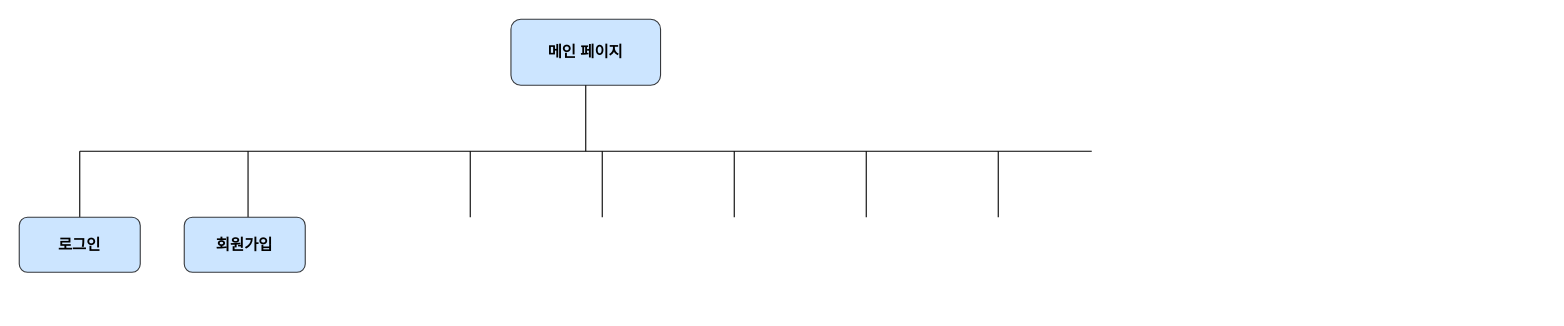
The draw.io diagram Flowchart.drawio in wjdwodhs/Flowchart, before the edit. Source tidied: cells renumbered, new cells numbered last; positions are measured from the earlier drawing's top-left corner, leaving out a move shared by most shapes. Both pictures are drawn from the tidied source at 110%, with x=0, y=0 at pixel (19, 19).
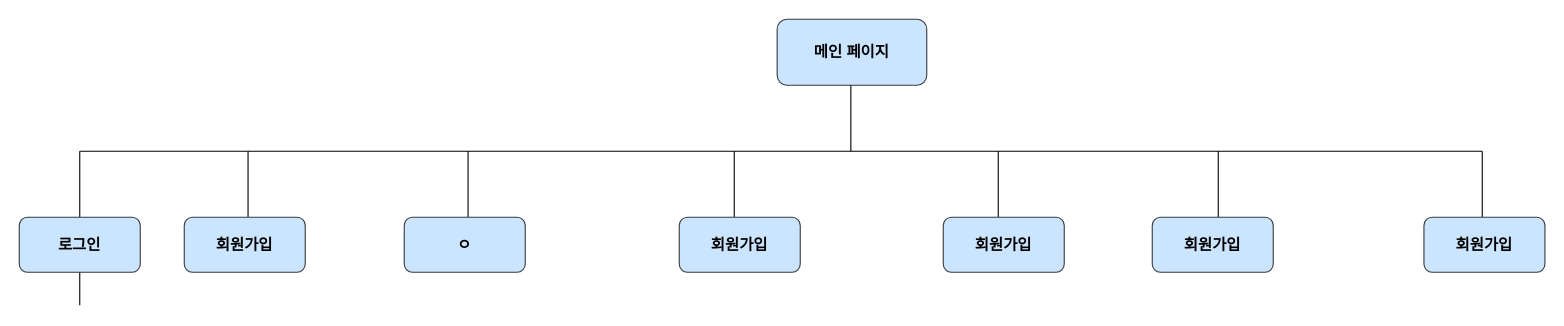
The same diagram, later.

The edit, as a diff of the source:
```diff
@@
     <mxCell id="2" value="&lt;h3&gt;&lt;font style=&quot;font-size: 14px;&quot;&gt;메인 페이지&lt;/font&gt;&lt;/h3&gt;" style="rounded=1;whiteSpace=wrap;html=1;fillColor=#cce5ff;strokeColor=#36393d;" parent="1" vertex="1">
-      <mxGeometry x="447" width="136" height="60" as="geometry" />
+      <mxGeometry x="689" width="136" height="60" as="geometry" />
     </mxCell>
     <mxCell id="3" style="endArrow=none;html=1;rounded=0;" parent="1" edge="1">
       <mxGeometry relative="1" as="geometry">
         <mxPoint x="55" y="120" as="sourcePoint" />
-        <mxPoint x="975" y="120" as="targetPoint" />
+        <mxPoint x="1330" y="120" as="targetPoint" />
       </mxGeometry>
     </mxCell>
     <mxCell id="4" style="endArrow=none;html=1;rounded=0;" parent="1" edge="1">
       <mxGeometry relative="1" as="geometry">
-        <mxPoint x="515" y="120" as="sourcePoint" />
-        <mxPoint x="515" y="60" as="targetPoint" />
+        <mxPoint x="756" y="120" as="sourcePoint" />
+        <mxPoint x="756" y="60" as="targetPoint" />
       </mxGeometry>
     </mxCell>
     <mxCell id="5" style="endArrow=none;html=1;rounded=0;" parent="1" edge="1">
       <mxGeometry relative="1" as="geometry">
-        <mxPoint x="55" y="180" as="sourcePoint" />
+        <mxPoint x="55" y="260" as="sourcePoint" />
         <mxPoint x="55" y="120" as="targetPoint" />
       </mxGeometry>
     </mxCell>
@@
     <mxCell id="7" style="endArrow=none;html=1;rounded=0;" parent="1" edge="1">
       <mxGeometry relative="1" as="geometry">
-        <mxPoint x="410" y="180" as="sourcePoint" />
-        <mxPoint x="410" y="120" as="targetPoint" />
+        <mxPoint x="408" y="180" as="sourcePoint" />
+        <mxPoint x="408" y="120" as="targetPoint" />
       </mxGeometry>
     </mxCell>
@@
-    <mxCell id="9" style="endArrow=none;html=1;rounded=0;" parent="1" edge="1">
-      <mxGeometry relative="1" as="geometry">
-        <mxPoint x="530" y="180" as="sourcePoint" />
-        <mxPoint x="530" y="120" as="targetPoint" />
-      </mxGeometry>
-    </mxCell>
@@
-    <mxCell id="11" style="endArrow=none;html=1;rounded=0;" parent="1" edge="1">
-      <mxGeometry relative="1" as="geometry">
-        <mxPoint x="770" y="180" as="sourcePoint" />
-        <mxPoint x="770" y="120" as="targetPoint" />
-      </mxGeometry>
-    </mxCell>
@@
+    <mxCell id="14" value="&lt;h3&gt;&lt;font style=&quot;font-size: 14px;&quot;&gt;ㅇ&lt;/font&gt;&lt;/h3&gt;" style="rounded=1;whiteSpace=wrap;html=1;fillColor=#cce5ff;strokeColor=#36393d;" parent="1" vertex="1">
+      <mxGeometry x="350" y="180" width="110" height="50" as="geometry" />
+    </mxCell>
+    <mxCell id="15" value="&lt;h3&gt;&lt;font style=&quot;font-size: 14px;&quot;&gt;회원가입&lt;/font&gt;&lt;/h3&gt;" style="rounded=1;whiteSpace=wrap;html=1;fillColor=#cce5ff;strokeColor=#36393d;" parent="1" vertex="1">
+      <mxGeometry x="600" y="180" width="110" height="50" as="geometry" />
+    </mxCell>
+    <mxCell id="16" value="&lt;h3&gt;&lt;font style=&quot;font-size: 14px;&quot;&gt;회원가입&lt;/font&gt;&lt;/h3&gt;" style="rounded=1;whiteSpace=wrap;html=1;fillColor=#cce5ff;strokeColor=#36393d;" parent="1" vertex="1">
+      <mxGeometry x="840" y="180" width="110" height="50" as="geometry" />
+    </mxCell>
+    <mxCell id="17" style="endArrow=none;html=1;rounded=0;" parent="1" edge="1">
+      <mxGeometry relative="1" as="geometry">
+        <mxPoint x="1090" y="180" as="sourcePoint" />
+        <mxPoint x="1090" y="120" as="targetPoint" />
+      </mxGeometry>
+    </mxCell>
+    <mxCell id="18" value="&lt;h3&gt;&lt;font style=&quot;font-size: 14px;&quot;&gt;회원가입&lt;/font&gt;&lt;/h3&gt;" style="rounded=1;whiteSpace=wrap;html=1;fillColor=#cce5ff;strokeColor=#36393d;" parent="1" vertex="1">
+      <mxGeometry x="1030" y="180" width="110" height="50" as="geometry" />
+    </mxCell>
+    <mxCell id="19" style="endArrow=none;html=1;rounded=0;" parent="1" edge="1">
+      <mxGeometry relative="1" as="geometry">
+        <mxPoint x="1330" y="180" as="sourcePoint" />
+        <mxPoint x="1330" y="120" as="targetPoint" />
+      </mxGeometry>
+    </mxCell>
+    <mxCell id="20" value="&lt;h3&gt;&lt;font style=&quot;font-size: 14px;&quot;&gt;회원가입&lt;/font&gt;&lt;/h3&gt;" style="rounded=1;whiteSpace=wrap;html=1;fillColor=#cce5ff;strokeColor=#36393d;" parent="1" vertex="1">
+      <mxGeometry x="1277" y="180" width="110" height="50" as="geometry" />
+    </mxCell>
```
